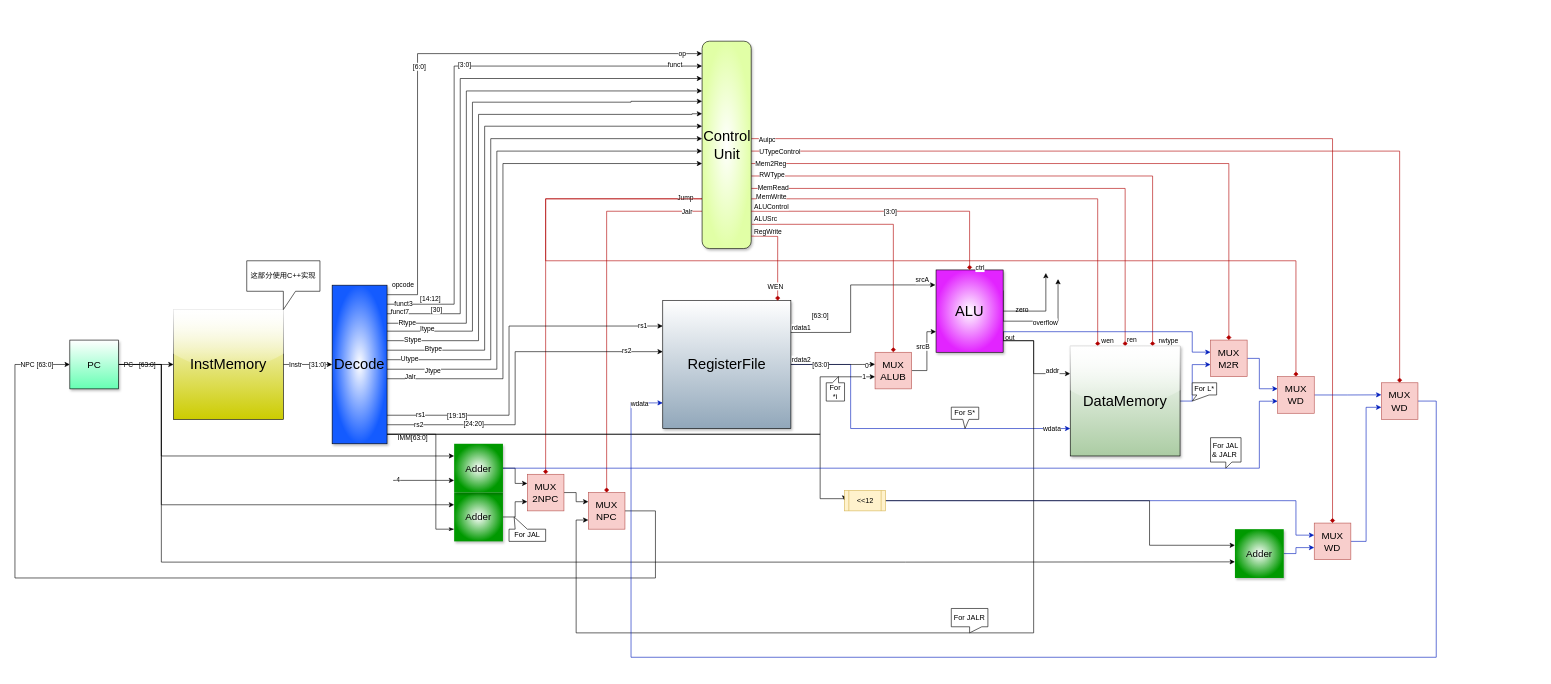
Above: 未命名绘图.drawio in inchinaxiaofeng/GameOff2022 (draw.io), before the change. Source tidied: cells renumbered, new cells numbered last; positions are measured from the earlier drawing's top-left corner, leaving out a move shared by most shapes. Both pictures are drawn from the tidied source at 61%, with x=0, y=0 at pixel (15, 41).
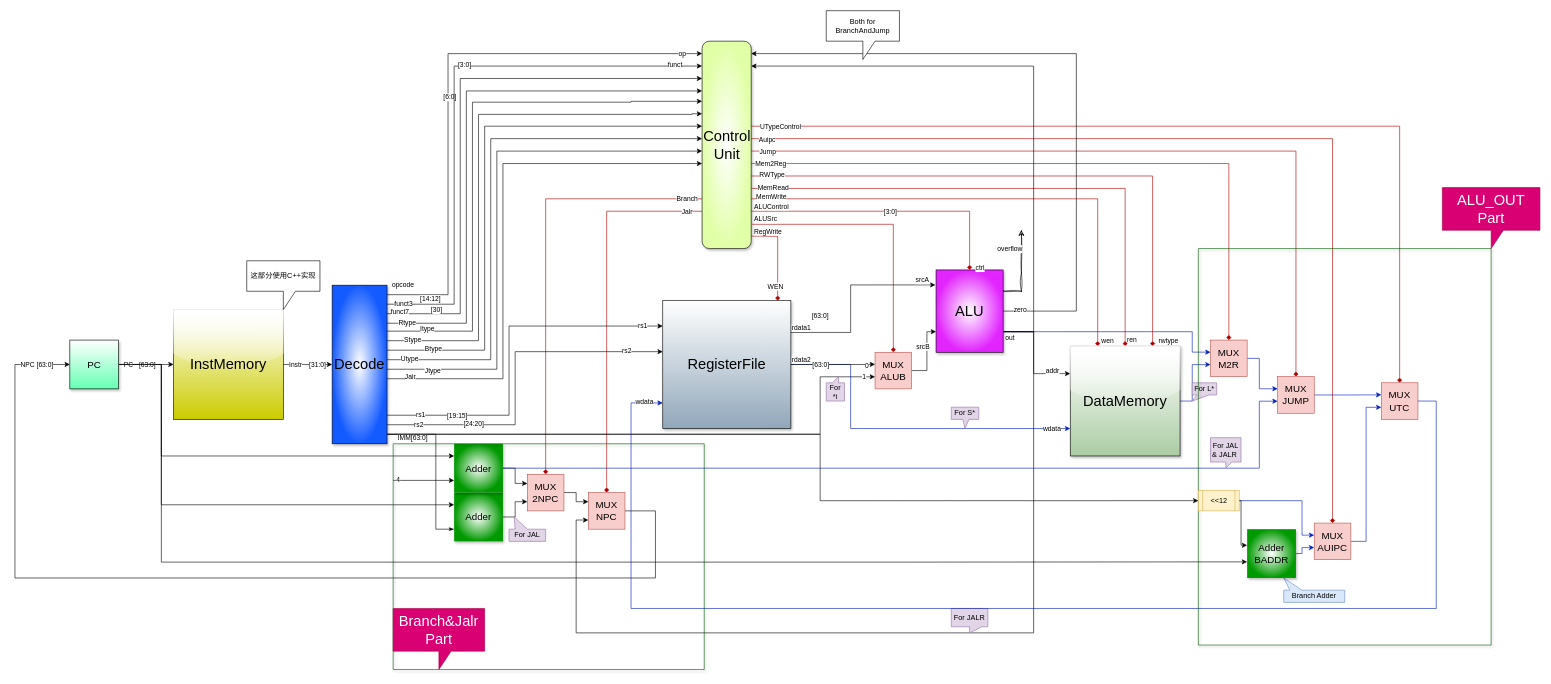
After the change.

Commit message:
更新未命名绘图.drawio

Unchanged cells that the change refers to:
```xml
<mxCell id="2" style="edgeStyle=orthogonalEdgeStyle;rounded=0;jettySize=auto;html=1;exitX=0;exitY=0.76;exitDx=0;exitDy=0;entryX=0.5;entryY=0;entryDx=0;entryDy=0;exitPerimeter=0;fillColor=#e51400;strokeColor=#B20000;endArrow=diamond;endFill=1;" parent="1" edge="1" source="22" target="119">
  <mxGeometry relative="1" as="geometry" />
</mxCell>
<mxCell id="22" value="&lt;font style=&quot;font-size: 24px;&quot;&gt;Control Unit&lt;/font&gt;" style="rounded=1;whiteSpace=wrap;html=1;glass=0;shadow=1;gradientColor=#E1FFA6;points=[[0,0,0,0,0],[0,0.06,0,0,0],[0,0.12,0,0,0],[0,0.18,0,0,0],[0,0.24,0,0,0],[0,0.29,0,0,0],[0,0.35,0,0,0],[0,0.41,0,0,0],[0,0.47,0,0,0],[0,0.53,0,0,0],[0,0.59,0,0,0],[0,0.65,0,0,0],[0,0.71,0,0,0],[0,0.76,0,0,0],[0,0.82,0,0,0],[0,0.88,0,0,0],[0,0.94,0,0,0],[0,1,0,0,0],[0.25,0,0,0,0],[0.25,1,0,0,0],[0.5,0,0,0,0],[0.5,1,0,0,0],[0.75,0,0,0,0],[0.75,1,0,0,0],[1,0,0,0,0],[1,0.06,0,0,0],[1,0.12,0,0,0],[1,0.18,0,0,0],[1,0.24,0,0,0],[1,0.29,0,0,0],[1,0.35,0,0,0],[1,0.41,0,0,0],[1,0.47,0,0,0],[1,0.53,0,0,0],[1,0.59,0,0,0],[1,0.65,0,0,0],[1,0.71,0,0,0],[1,0.76,0,0,0],[1,0.82,0,0,0],[1,0.88,0,0,0],[1,0.94,0,0,0],[1,1,0,0,0]];gradientDirection=radial;" parent="1" vertex="1">
  <mxGeometry x="1126.5" width="80.5" height="340" as="geometry" />
</mxCell>
<mxCell id="25" value="&lt;font style=&quot;font-size: 24px;&quot;&gt;RegisterFile&lt;/font&gt;" style="whiteSpace=wrap;html=1;shadow=1;gradientColor=#91A7BA;gradientDirection=south;points=[[0,0,0,0,0],[0,0.2,0,0,0],[0,0.4,0,0,0],[0,0.6,0,0,0],[0,0.8,0,0,0],[0,1,0,0,0],[0.25,0,0,0,0],[0.25,1,0,0,0],[0.5,0,0,0,0],[0.5,1,0,0,0],[0.75,0,0,0,0],[0.75,1,0,0,0],[1,0,0,0,0],[1,0.25,0,0,0],[1,0.5,0,0,0],[1,0.75,0,0,0],[1,1,0,0,0]];" parent="1" vertex="1">
  <mxGeometry x="1062" y="425" width="210" height="210" as="geometry" />
</mxCell>
<mxCell id="36" value="&lt;font style=&quot;font-size: 24px;&quot;&gt;ALU&lt;/font&gt;" style="rounded=0;whiteSpace=wrap;html=1;gradientColor=#E224FF;shadow=1;gradientDirection=radial;" parent="1" vertex="1">
  <mxGeometry x="1510" y="375" width="110" height="135" as="geometry" />
</mxCell>
<mxCell id="93" value="&lt;font style=&quot;font-size: 24px;&quot;&gt;Decode&lt;/font&gt;" style="rounded=0;whiteSpace=wrap;html=1;gradientColor=#145BFF;shadow=1;points=[[0,0,0,0,0],[0,0.25,0,0,0],[0,0.5,0,0,0],[0,0.75,0,0,0],[0,1,0,0,0],[0.25,0,0,0,0],[0.25,1,0,0,0],[0.5,0,0,0,0],[0.5,1,0,0,0],[0.75,0,0,0,0],[0.75,1,0,0,0],[1,0,0,0,0],[1,0.06,0,0,0],[1,0.12,0,0,0],[1,0.18,0,0,0],[1,0.24,0,0,0],[1,0.29,0,0,0],[1,0.35,0,0,0],[1,0.41,0,0,0],[1,0.47,0,0,0],[1,0.53,0,0,0],[1,0.59,0,0,0],[1,0.65,0,0,0],[1,0.71,0,0,0],[1,0.76,0,0,0],[1,0.82,0,0,0],[1,0.88,0,0,0],[1,0.94,0,0,0],[1,1,0,0,0]];gradientDirection=radial;" parent="1" vertex="1">
  <mxGeometry x="520" y="400" width="90" height="260" as="geometry" />
</mxCell>
<mxCell id="120" value="&lt;font size=&quot;3&quot;&gt;MUX&lt;br&gt;NPC&lt;br&gt;&lt;/font&gt;" style="rounded=0;whiteSpace=wrap;html=1;fillColor=#f8cecc;strokeColor=#b85450;" parent="1" vertex="1">
  <mxGeometry x="940" y="740" width="60" height="60" as="geometry" />
</mxCell>
<mxCell id="126" value="&lt;font style=&quot;font-size: 24px;&quot;&gt;DataMemory&lt;/font&gt;" style="whiteSpace=wrap;html=1;gradientColor=#ABCCA3;glass=1;labelBackgroundColor=none;shadow=1;" parent="1" vertex="1">
  <mxGeometry x="1730" y="500" width="180" height="180" as="geometry" />
</mxCell>
```

Change to the diagram source:
```diff
@@
+    <mxCell id="143" value="Branch" style="edgeLabel;html=1;align=center;verticalAlign=middle;" parent="2" vertex="1">
+      <mxGeometry x="-0.75" y="-1" relative="1" as="geometry">
+        <mxPoint x="64" as="offset" />
+      </mxGeometry>
+    </mxCell>
+    <mxCell id="4" style="edgeStyle=orthogonalEdgeStyle;rounded=0;jettySize=auto;html=1;exitX=1;exitY=0.53;exitDx=0;exitDy=0;exitPerimeter=0;entryX=0.5;entryY=0;entryDx=0;entryDy=0;entryPerimeter=0;endArrow=diamond;endFill=1;fillColor=#e51400;strokeColor=#B20000;" parent="1" edge="1" source="22" target="124">
+      <mxGeometry relative="1" as="geometry">
+        <Array as="points">
+          <mxPoint x="2100" y="180" />
+        </Array>
+      </mxGeometry>
+    </mxCell>
-    <mxCell id="3" value="Jump" style="edgeLabel;html=1;align=center;verticalAlign=middle;" parent="2" vertex="1">
-      <mxGeometry x="-0.92" y="-2" relative="1" as="geometry" />
+    <mxCell id="3" value="Jump" style="edgeLabel;html=1;align=center;verticalAlign=middle;" parent="4" vertex="1">
+      <mxGeometry x="-0.93" relative="1" as="geometry">
+        <mxPoint x="-18" as="offset" />
+      </mxGeometry>
     </mxCell>
-    <mxCell id="4" style="edgeStyle=orthogonalEdgeStyle;rounded=0;jettySize=auto;html=1;exitX=0;exitY=0.76;exitDx=0;exitDy=0;exitPerimeter=0;entryX=0.5;entryY=0;entryDx=0;entryDy=0;entryPerimeter=0;endArrow=diamond;endFill=1;fillColor=#e51400;strokeColor=#B20000;" parent="1" edge="1" source="22" target="124">
-      <mxGeometry relative="1" as="geometry">
-        <Array as="points">
-          <mxPoint x="870" y="258" />
-          <mxPoint x="870" y="360" />
-          <mxPoint x="2100" y="360" />
-        </Array>
-      </mxGeometry>
-    </mxCell>
@@
-    <mxCell id="18" style="edgeStyle=orthogonalEdgeStyle;rounded=0;jettySize=auto;html=1;exitX=1;exitY=0.53;exitDx=0;exitDy=0;exitPerimeter=0;entryX=0.5;entryY=0;entryDx=0;entryDy=0;entryPerimeter=0;endArrow=diamond;endFill=1;fillColor=#e51400;strokeColor=#B20000;" parent="1" edge="1" source="22" target="135">
+    <mxCell id="18" style="edgeStyle=orthogonalEdgeStyle;rounded=0;jettySize=auto;html=1;exitX=1;exitY=0.41;exitDx=0;exitDy=0;exitPerimeter=0;entryX=0.5;entryY=0;entryDx=0;entryDy=0;entryPerimeter=0;endArrow=diamond;endFill=1;fillColor=#e51400;strokeColor=#B20000;" parent="1" edge="1" source="22" target="135">
       <mxGeometry relative="1" as="geometry" />
     </mxCell>
@@
-    <mxCell id="26" style="edgeStyle=orthogonalEdgeStyle;rounded=0;jettySize=auto;html=1;exitX=1;exitY=0.25;exitDx=0;exitDy=0;" parent="1" edge="1" source="36">
+    <mxCell id="26" style="edgeStyle=orthogonalEdgeStyle;rounded=0;jettySize=auto;html=1;exitX=1;exitY=0.25;exitDx=0;exitDy=0;sketch=1;curveFitting=1;jiggle=2;" parent="1" edge="1" source="36">
       <mxGeometry relative="1" as="geometry">
-        <mxPoint x="1710" y="390" as="targetPoint" />
+        <mxPoint x="1650" y="310" as="targetPoint" />
         <Array as="points">
-          <mxPoint x="1710" y="459" />
-          <mxPoint x="1710" y="390" />
+          <mxPoint x="1620" y="410" />
+          <mxPoint x="1650" y="410" />
+          <mxPoint x="1650" y="380" />
         </Array>
       </mxGeometry>
     </mxCell>
+    <mxCell id="29" value="overflow" style="edgeLabel;html=1;align=center;verticalAlign=middle;" parent="26" vertex="1">
+      <mxGeometry x="-0.25" y="-2" relative="1" as="geometry">
+        <mxPoint x="-22" y="-52" as="offset" />
+      </mxGeometry>
+    </mxCell>
+    <mxCell id="28" style="edgeStyle=orthogonalEdgeStyle;rounded=0;jettySize=auto;html=1;exitX=1;exitY=0.5;exitDx=0;exitDy=0;entryX=1;entryY=0.06;entryDx=0;entryDy=0;entryPerimeter=0;" parent="1" edge="1" source="36" target="22">
+      <mxGeometry relative="1" as="geometry">
+        <Array as="points">
+          <mxPoint x="1740" y="443" />
+          <mxPoint x="1740" y="20" />
+        </Array>
+      </mxGeometry>
+    </mxCell>
-    <mxCell id="27" value="zero" style="edgeLabel;html=1;align=center;verticalAlign=middle;" parent="26" vertex="1">
-      <mxGeometry x="-0.78" y="2" relative="1" as="geometry">
-        <mxPoint x="28" y="8" as="offset" />
-      </mxGeometry>
+    <mxCell id="27" value="zero" style="edgeLabel;html=1;align=center;verticalAlign=middle;" parent="28" vertex="1">
+      <mxGeometry x="-0.95" y="2" relative="1" as="geometry" />
     </mxCell>
-    <mxCell id="28" style="edgeStyle=orthogonalEdgeStyle;rounded=0;jettySize=auto;html=1;exitX=1;exitY=0.5;exitDx=0;exitDy=0;" parent="1" edge="1" source="36">
-      <mxGeometry relative="1" as="geometry">
-        <mxPoint x="1690" y="380" as="targetPoint" />
-        <Array as="points">
-          <mxPoint x="1690" y="443" />
-        </Array>
-      </mxGeometry>
-    </mxCell>
-    <mxCell id="29" value="overflow" style="edgeLabel;html=1;align=center;verticalAlign=middle;" parent="28" vertex="1">
-      <mxGeometry x="-0.62" y="-1" relative="1" as="geometry">
-        <mxPoint x="43" y="17" as="offset" />
-      </mxGeometry>
-    </mxCell>
@@
     <mxCell id="33" style="edgeStyle=orthogonalEdgeStyle;rounded=0;jettySize=auto;html=1;exitX=1;exitY=0.75;exitDx=0;exitDy=0;entryX=0;entryY=0.75;entryDx=0;entryDy=0;" parent="1" edge="1" source="36" target="120">
       <mxGeometry relative="1" as="geometry">
         <Array as="points">
-          <mxPoint x="1620" y="491" />
-          <mxPoint x="1670" y="491" />
+          <mxPoint x="1670" y="476" />
           <mxPoint x="1670" y="970" />
           <mxPoint x="920" y="970" />
           <mxPoint x="920" y="785" />
         </Array>
       </mxGeometry>
     </mxCell>
     <mxCell id="34" style="edgeStyle=orthogonalEdgeStyle;rounded=0;jettySize=auto;html=1;exitX=1;exitY=0.75;exitDx=0;exitDy=0;entryX=0;entryY=0.25;entryDx=0;entryDy=0;" parent="1" edge="1" source="36" target="126">
       <mxGeometry relative="1" as="geometry">
         <Array as="points">
-          <mxPoint x="1620" y="491" />
-          <mxPoint x="1670" y="491" />
+          <mxPoint x="1670" y="476" />
           <mxPoint x="1670" y="545" />
         </Array>
       </mxGeometry>
     </mxCell>
@@
+    <mxCell id="144" style="edgeStyle=orthogonalEdgeStyle;rounded=0;jettySize=auto;html=1;exitX=1;exitY=0.75;exitDx=0;exitDy=0;entryX=1;entryY=0.12;entryDx=0;entryDy=0;entryPerimeter=0;" parent="1" edge="1" source="36" target="22">
+      <mxGeometry relative="1" as="geometry">
+        <Array as="points">
+          <mxPoint x="1670" y="476" />
+          <mxPoint x="1670" y="41" />
+        </Array>
+      </mxGeometry>
+    </mxCell>
@@
     <mxCell id="59" style="edgeStyle=orthogonalEdgeStyle;rounded=0;jettySize=auto;html=1;exitX=1;exitY=0.06;exitDx=0;exitDy=0;entryX=0;entryY=0.06;entryDx=0;entryDy=0;entryPerimeter=0;exitPerimeter=0;" parent="1" edge="1" source="93" target="22">
       <mxGeometry relative="1" as="geometry">
         <Array as="points">
-          <mxPoint x="660" y="416" />
-          <mxPoint x="660" y="20" />
+          <mxPoint x="710" y="416" />
+          <mxPoint x="710" y="20" />
         </Array>
       </mxGeometry>
     </mxCell>
@@
     <mxCell id="92" style="edgeStyle=orthogonalEdgeStyle;rounded=0;jettySize=auto;html=1;exitX=1;exitY=0.94;exitDx=0;exitDy=0;exitPerimeter=0;entryX=0;entryY=0.5;entryDx=0;entryDy=0;entryPerimeter=0;" parent="1" edge="1" source="93" target="138">
       <mxGeometry relative="1" as="geometry">
         <Array as="points">
           <mxPoint x="1320" y="644" />
-          <mxPoint x="1320" y="750" />
-          <mxPoint x="1360" y="750" />
+          <mxPoint x="1320" y="753" />
         </Array>
       </mxGeometry>
     </mxCell>
@@
-    <mxCell id="121" style="edgeStyle=orthogonalEdgeStyle;rounded=0;jettySize=auto;html=1;exitX=1;exitY=0.5;exitDx=0;exitDy=0;exitPerimeter=0;entryX=0;entryY=0.8;entryDx=0;entryDy=0;entryPerimeter=0;fillColor=#0050ef;strokeColor=#001DBC;" parent="1" edge="1" source="135" target="25">
-      <mxGeometry relative="1" as="geometry">
-        <Array as="points">
-          <mxPoint x="2330" y="590" />
-          <mxPoint x="2330" y="1010" />
-          <mxPoint x="1010" y="1010" />
-          <mxPoint x="1010" y="593" />
-        </Array>
-      </mxGeometry>
-    </mxCell>
-    <mxCell id="122" value="wdata" style="edgeLabel;html=1;align=center;verticalAlign=middle;" parent="121" vertex="1">
-      <mxGeometry x="0.98" y="-1" relative="1" as="geometry">
-        <mxPoint x="-17" as="offset" />
-      </mxGeometry>
-    </mxCell>
@@
-    <mxCell id="124" value="&lt;font size=&quot;3&quot;&gt;MUX&lt;br&gt;WD&lt;br&gt;&lt;/font&gt;" style="rounded=0;whiteSpace=wrap;html=1;fillColor=#f8cecc;strokeColor=#b85450;points=[[0,0.33,0,0,0],[0,0.67,0,0,0],[0.5,0,0,0,0],[0.5,1,0,0,0],[1,0.5,0,0,0]];" parent="1" vertex="1">
+    <mxCell id="124" value="&lt;font size=&quot;3&quot;&gt;MUX&lt;br&gt;JUMP&lt;br&gt;&lt;/font&gt;" style="rounded=0;whiteSpace=wrap;html=1;fillColor=#f8cecc;strokeColor=#b85450;points=[[0,0.33,0,0,0],[0,0.67,0,0,0],[0.5,0,0,0,0],[0.5,1,0,0,0],[1,0.5,0,0,0]];" parent="1" vertex="1">
       <mxGeometry x="2070" y="550" width="60" height="60" as="geometry" />
     </mxCell>
@@
-    <mxCell id="129" value="For JAL &amp;amp; JALR&amp;nbsp;" style="shape=callout;whiteSpace=wrap;html=1;perimeter=calloutPerimeter;size=10;position=0.5;base=10;" parent="1" vertex="1">
+    <mxCell id="129" value="For JAL &amp;amp; JALR&amp;nbsp;" style="shape=callout;whiteSpace=wrap;html=1;perimeter=calloutPerimeter;size=10;position=0.5;base=10;fillColor=#e1d5e7;strokeColor=#9673a6;" parent="1" vertex="1">
       <mxGeometry x="1960" y="650" width="50" height="50" as="geometry" />
     </mxCell>
-    <mxCell id="130" value="For L*" style="shape=callout;whiteSpace=wrap;html=1;perimeter=calloutPerimeter;size=10;position=0.19;position2=0;base=20;" parent="1" vertex="1">
+    <mxCell id="130" value="For L*" style="shape=callout;whiteSpace=wrap;html=1;perimeter=calloutPerimeter;size=10;position=0.19;position2=0;base=20;fillColor=#e1d5e7;strokeColor=#9673a6;" parent="1" vertex="1">
       <mxGeometry x="1930" y="560" width="40" height="30" as="geometry" />
     </mxCell>
-    <mxCell id="131" value="For S*" style="shape=callout;whiteSpace=wrap;html=1;perimeter=calloutPerimeter;size=15;position=0.42;base=10;" parent="1" vertex="1">
+    <mxCell id="131" value="For S*" style="shape=callout;whiteSpace=wrap;html=1;perimeter=calloutPerimeter;size=15;position=0.42;base=10;fillColor=#e1d5e7;strokeColor=#9673a6;" parent="1" vertex="1">
       <mxGeometry x="1535" y="600" width="45" height="35" as="geometry" />
     </mxCell>
-    <mxCell id="132" value="For *i" style="shape=callout;whiteSpace=wrap;html=1;perimeter=calloutPerimeter;direction=west;size=10;position=0.33;position2=0.33;base=10;" parent="1" vertex="1">
+    <mxCell id="132" value="For *i" style="shape=callout;whiteSpace=wrap;html=1;perimeter=calloutPerimeter;direction=west;size=10;position=0.33;position2=0.33;base=10;fillColor=#e1d5e7;strokeColor=#9673a6;" parent="1" vertex="1">
       <mxGeometry x="1330" y="550" width="30" height="40" as="geometry" />
     </mxCell>
-    <mxCell id="133" value="For JALR" style="shape=callout;whiteSpace=wrap;html=1;perimeter=calloutPerimeter;size=10;position=0.5;" parent="1" vertex="1">
+    <mxCell id="133" value="For JALR" style="shape=callout;whiteSpace=wrap;html=1;perimeter=calloutPerimeter;size=10;position=0.5;fillColor=#e1d5e7;strokeColor=#9673a6;" parent="1" vertex="1">
       <mxGeometry x="1535" y="930" width="60" height="40" as="geometry" />
     </mxCell>
-    <mxCell id="134" value="For JAL" style="shape=callout;whiteSpace=wrap;html=1;perimeter=calloutPerimeter;direction=west;position2=0.86;size=20;position=0.5;" parent="1" vertex="1">
+    <mxCell id="134" value="For JAL" style="shape=callout;whiteSpace=wrap;html=1;perimeter=calloutPerimeter;direction=west;position2=0.86;size=20;position=0.5;fillColor=#e1d5e7;strokeColor=#9673a6;" parent="1" vertex="1">
       <mxGeometry x="810" y="780" width="60" height="40" as="geometry" />
     </mxCell>
-    <mxCell id="135" value="&lt;font size=&quot;3&quot;&gt;MUX&lt;br&gt;WD&lt;br&gt;&lt;/font&gt;" style="rounded=0;whiteSpace=wrap;html=1;fillColor=#f8cecc;strokeColor=#b85450;points=[[0,0.33,0,0,0],[0,0.67,0,0,0],[0.5,0,0,0,0],[0.5,1,0,0,0],[1,0.5,0,0,0]];" parent="1" vertex="1">
+    <mxCell id="135" value="&lt;font size=&quot;3&quot;&gt;MUX&lt;br&gt;UTC&lt;br&gt;&lt;/font&gt;" style="rounded=0;whiteSpace=wrap;html=1;fillColor=#f8cecc;strokeColor=#b85450;points=[[0,0.33,0,0,0],[0,0.67,0,0,0],[0.5,0,0,0,0],[0.5,1,0,0,0],[1,0.5,0,0,0]];" parent="1" vertex="1">
       <mxGeometry x="2240" y="560" width="60" height="60" as="geometry" />
     </mxCell>
     <mxCell id="136" style="edgeStyle=orthogonalEdgeStyle;rounded=0;jettySize=auto;html=1;exitX=1;exitY=0.5;exitDx=0;exitDy=0;exitPerimeter=0;entryX=0;entryY=0.33;entryDx=0;entryDy=0;entryPerimeter=0;fillColor=#0050ef;strokeColor=#001DBC;" parent="1" edge="1" source="138" target="142">
       <mxGeometry relative="1" as="geometry">
         <Array as="points">
-          <mxPoint x="2100" y="753" />
-          <mxPoint x="2100" y="810" />
+          <mxPoint x="2110" y="753" />
+          <mxPoint x="2110" y="810" />
         </Array>
       </mxGeometry>
     </mxCell>
-    <mxCell id="137" style="edgeStyle=orthogonalEdgeStyle;rounded=0;jettySize=auto;html=1;exitX=1;exitY=0.5;exitDx=0;exitDy=0;exitPerimeter=0;entryX=0;entryY=0.33;entryDx=0;entryDy=0;entryPerimeter=0;" parent="1" edge="1" source="138" target="140">
-      <mxGeometry relative="1" as="geometry">
-        <Array as="points">
-          <mxPoint x="1860" y="753" />
-          <mxPoint x="1860" y="826" />
-        </Array>
-      </mxGeometry>
-    </mxCell>
-    <mxCell id="138" value="&amp;lt;&amp;lt;12" style="shape=process;whiteSpace=wrap;html=1;backgroundOutline=1;fillColor=#fff2cc;strokeColor=#d6b656;points=[[0,0.5,0,0,0],[1,0.5,0,0,0]];" parent="1" vertex="1">
-      <mxGeometry x="1360" y="736.5" width="67" height="33.5" as="geometry" />
-    </mxCell>
     <mxCell id="139" style="edgeStyle=orthogonalEdgeStyle;rounded=0;jettySize=auto;html=1;exitX=1;exitY=0.5;exitDx=0;exitDy=0;exitPerimeter=0;entryX=0;entryY=0.67;entryDx=0;entryDy=0;entryPerimeter=0;fillColor=#0050ef;strokeColor=#001DBC;" parent="1" edge="1" source="140" target="142">
       <mxGeometry relative="1" as="geometry">
         <Array as="points">
-          <mxPoint x="2100" y="840" />
-          <mxPoint x="2100" y="830" />
+          <mxPoint x="2110" y="840" />
+          <mxPoint x="2110" y="830" />
         </Array>
       </mxGeometry>
     </mxCell>
-    <mxCell id="140" value="&lt;font size=&quot;3&quot;&gt;Adder&lt;br&gt;&lt;/font&gt;" style="whiteSpace=wrap;html=1;strokeColor=none;gradientColor=#009900;shadow=1;gradientDirection=radial;points=[[0,0.33,0,0,0],[0,0.67,0,0,0],[1,0.5,0,0,0]];" parent="1" vertex="1">
-      <mxGeometry x="2000" y="800" width="80" height="80" as="geometry" />
-    </mxCell>
@@
-    <mxCell id="142" value="&lt;font size=&quot;3&quot;&gt;MUX&lt;br&gt;WD&lt;br&gt;&lt;/font&gt;" style="rounded=0;whiteSpace=wrap;html=1;fillColor=#f8cecc;strokeColor=#b85450;points=[[0,0.33,0,0,0],[0,0.67,0,0,0],[0.5,0,0,0,0],[0.5,1,0,0,0],[1,0.5,0,0,0]];" parent="1" vertex="1">
+    <mxCell id="142" value="&lt;font size=&quot;3&quot;&gt;MUX&lt;br&gt;AUIPC&lt;br&gt;&lt;/font&gt;" style="rounded=0;whiteSpace=wrap;html=1;fillColor=#f8cecc;strokeColor=#b85450;points=[[0,0.33,0,0,0],[0,0.67,0,0,0],[0.5,0,0,0,0],[0.5,1,0,0,0],[1,0.5,0,0,0]];" parent="1" vertex="1">
       <mxGeometry x="2130" y="790" width="60" height="60" as="geometry" />
     </mxCell>
+    <mxCell id="145" value="Both for BranchAndJump" style="shape=callout;whiteSpace=wrap;html=1;perimeter=calloutPerimeter;" parent="1" vertex="1">
+      <mxGeometry x="1330" y="-50" width="120" height="80" as="geometry" />
+    </mxCell>
+    <mxCell id="121" style="edgeStyle=orthogonalEdgeStyle;rounded=0;jettySize=auto;html=1;exitX=1;exitY=0.5;exitDx=0;exitDy=0;exitPerimeter=0;entryX=0;entryY=0.8;entryDx=0;entryDy=0;entryPerimeter=0;fillColor=#0050ef;strokeColor=#001DBC;" parent="1" edge="1" source="135" target="25">
+      <mxGeometry relative="1" as="geometry">
+        <Array as="points">
+          <mxPoint x="2330" y="590" />
+          <mxPoint x="2330" y="930" />
+          <mxPoint x="1010" y="930" />
+          <mxPoint x="1010" y="593" />
+        </Array>
+      </mxGeometry>
+    </mxCell>
+    <mxCell id="122" value="wdata" style="edgeLabel;html=1;align=center;verticalAlign=middle;" parent="121" vertex="1">
+      <mxGeometry x="0.98" y="-1" relative="1" as="geometry">
+        <mxPoint x="-10" y="-4" as="offset" />
+      </mxGeometry>
+    </mxCell>
+    <mxCell id="146" style="swimlane;startSize=0;shadow=1;fillColor=#008a00;strokeColor=#005700;rounded=1;fontColor=#ffffff;" parent="1" vertex="1">
+      <mxGeometry x="620" y="660" width="510" height="370" as="geometry" />
+    </mxCell>
+    <mxCell id="147" value="&lt;font style=&quot;font-size: 24px;&quot;&gt;Branch&amp;amp;Jalr Part&lt;/font&gt;" style="shape=callout;whiteSpace=wrap;html=1;perimeter=calloutPerimeter;fillColor=#d80073;fontColor=#ffffff;strokeColor=#A50040;" parent="146" vertex="1">
+      <mxGeometry y="270" width="150" height="100" as="geometry" />
+    </mxCell>
+    <mxCell id="148" style="swimlane;startSize=0;fillColor=#008a00;fontColor=#ffffff;strokeColor=#005700;shadow=1;rounded=1;" parent="1" vertex="1">
+      <mxGeometry x="1940" y="340" width="480" height="650" as="geometry" />
+    </mxCell>
+    <mxCell id="149" value="Branch Adder" style="shape=callout;whiteSpace=wrap;html=1;perimeter=calloutPerimeter;size=20;position=0.7;direction=west;base=20;position2=1;fillColor=#dae8fc;strokeColor=#6c8ebf;" parent="148" vertex="1">
+      <mxGeometry x="140" y="540" width="100" height="40" as="geometry" />
+    </mxCell>
+    <mxCell id="138" value="&amp;lt;&amp;lt;12" style="shape=process;whiteSpace=wrap;html=1;backgroundOutline=1;fillColor=#fff2cc;strokeColor=#d6b656;points=[[0,0.5,0,0,0],[1,0.5,0,0,0]];" parent="148" vertex="1">
+      <mxGeometry y="396.5" width="67" height="33.5" as="geometry" />
+    </mxCell>
+    <mxCell id="140" value="&lt;font size=&quot;3&quot;&gt;Adder&lt;br&gt;BADDR&lt;br&gt;&lt;/font&gt;" style="whiteSpace=wrap;html=1;strokeColor=none;gradientColor=#009900;shadow=1;gradientDirection=radial;points=[[0,0.33,0,0,0],[0,0.67,0,0,0],[1,0.5,0,0,0]];" parent="148" vertex="1">
+      <mxGeometry x="80" y="460" width="80" height="80" as="geometry" />
+    </mxCell>
+    <mxCell id="137" style="edgeStyle=orthogonalEdgeStyle;rounded=0;jettySize=auto;html=1;exitX=1;exitY=0.5;exitDx=0;exitDy=0;exitPerimeter=0;entryX=0;entryY=0.33;entryDx=0;entryDy=0;entryPerimeter=0;" parent="148" edge="1" source="138" target="140">
+      <mxGeometry relative="1" as="geometry">
+        <Array as="points">
+          <mxPoint x="70" y="413" />
+          <mxPoint x="70" y="486" />
+        </Array>
+      </mxGeometry>
+    </mxCell>
+    <mxCell id="150" value="&lt;font style=&quot;font-size: 24px;&quot;&gt;ALU_OUT Part&lt;/font&gt;" style="shape=callout;whiteSpace=wrap;html=1;perimeter=calloutPerimeter;fillColor=#d80073;fontColor=#ffffff;strokeColor=#A50040;" parent="1" vertex="1">
+      <mxGeometry x="2340" y="240" width="160" height="100" as="geometry" />
+    </mxCell>
```
